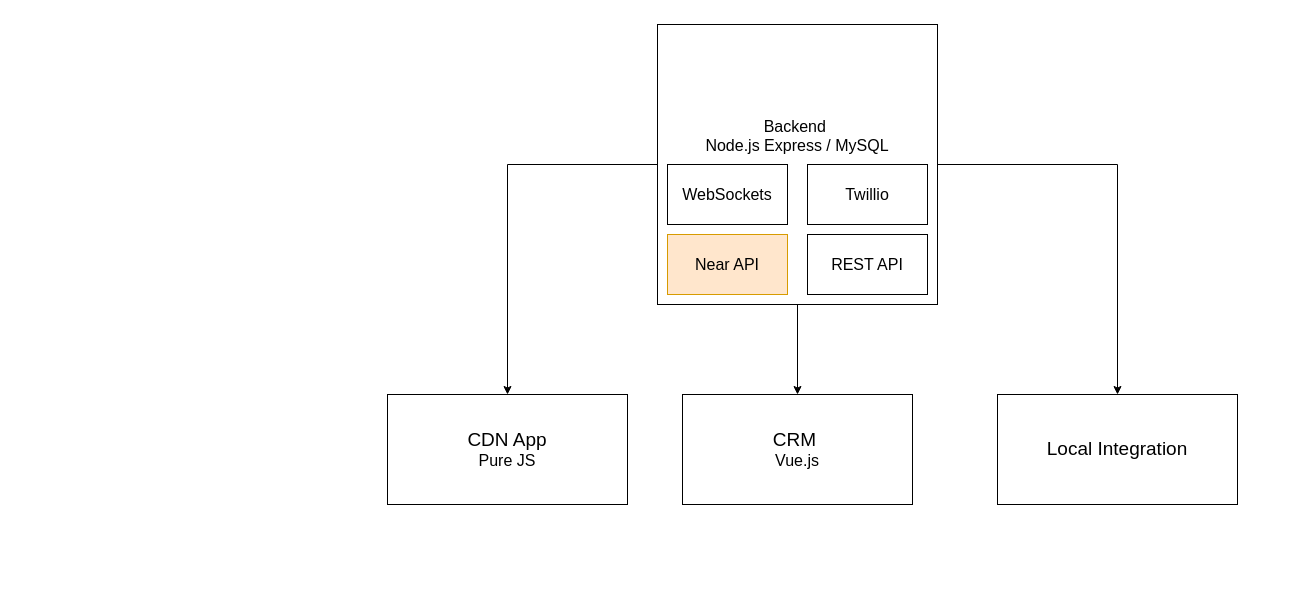
This is Диаграмма без названия.drawio from archiveiovita/diagrams, a draw.io file, before an edit. Source tidied: cells renumbered, new cells numbered last; positions are measured from the earlier drawing's top-left corner, leaving out a move shared by most shapes. Both pictures are drawn from the tidied source at 100%, with x=0, y=0 at pixel (387, 24).
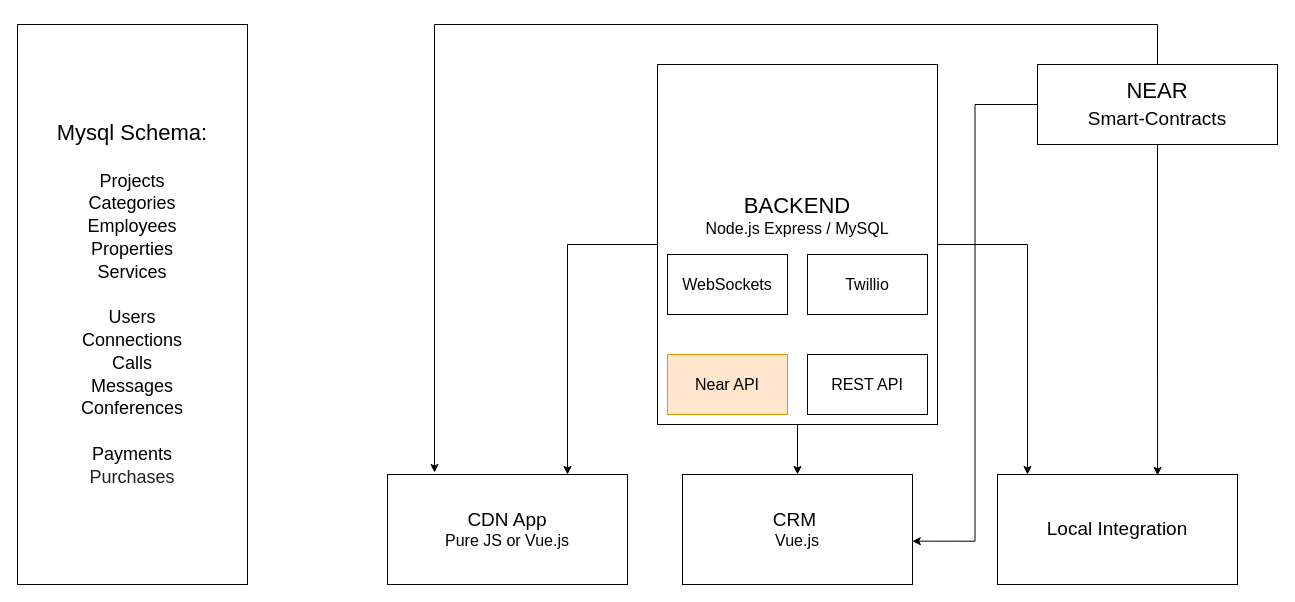
After the change.

Commit message:
Add Mysql Schema

What changed in the source:
```diff
@@
+    <mxCell id="4" style="edgeStyle=orthogonalEdgeStyle;rounded=0;jettySize=auto;html=1;fontSize=16;" parent="1" edge="1" source="5" target="12">
+      <mxGeometry relative="1" as="geometry">
+        <Array as="points">
+          <mxPoint x="640" y="220" />
+        </Array>
+      </mxGeometry>
+    </mxCell>
-    <mxCell id="3" style="edgeStyle=orthogonalEdgeStyle;rounded=0;jettySize=auto;html=1;fontSize=16;" parent="1" edge="1" source="5" target="11">
+    <mxCell id="3" style="edgeStyle=orthogonalEdgeStyle;rounded=0;jettySize=auto;html=1;exitX=1;exitY=0.5;exitDx=0;exitDy=0;entryX=0.75;entryY=0;entryDx=0;entryDy=0;fontSize=19;" parent="1" edge="1" source="5" target="11">
       <mxGeometry relative="1" as="geometry" />
     </mxCell>
-    <mxCell id="4" style="edgeStyle=orthogonalEdgeStyle;rounded=0;jettySize=auto;html=1;fontSize=16;" parent="1" edge="1" source="5" target="12">
-      <mxGeometry relative="1" as="geometry" />
-    </mxCell>
-    <mxCell id="5" value="&lt;font style=&quot;font-size: 16px;&quot;&gt;Backend&amp;nbsp;&lt;br&gt;Node.js Express / MySQL&lt;br&gt;&lt;br&gt;&lt;br&gt;&lt;br&gt;&lt;/font&gt;" style="rounded=0;whiteSpace=wrap;html=1;" parent="1" vertex="1">
-      <mxGeometry x="270" width="280" height="280" as="geometry" />
+    <mxCell id="5" value="&lt;font style=&quot;font-size: 22px;&quot;&gt;BACKEND&lt;br&gt;&lt;/font&gt;&lt;font style=&quot;font-size: 16px;&quot;&gt;Node.js Express / MySQL&lt;br&gt;&lt;br&gt;&lt;br&gt;&lt;br&gt;&lt;/font&gt;" style="rounded=0;whiteSpace=wrap;html=1;direction=west;" parent="1" vertex="1">
+      <mxGeometry x="270" y="40" width="280" height="360" as="geometry" />
     </mxCell>
     <mxCell id="6" value="&lt;font style=&quot;font-size: 16px;&quot;&gt;WebSockets&lt;/font&gt;" style="rounded=0;whiteSpace=wrap;html=1;fontSize=19;" parent="1" vertex="1">
-      <mxGeometry x="280" y="140" width="120" height="60" as="geometry" />
+      <mxGeometry x="280" y="230" width="120" height="60" as="geometry" />
     </mxCell>
     <mxCell id="7" value="&lt;font style=&quot;font-size: 16px;&quot;&gt;Twillio&lt;/font&gt;" style="rounded=0;whiteSpace=wrap;html=1;fontSize=19;" parent="1" vertex="1">
-      <mxGeometry x="420" y="140" width="120" height="60" as="geometry" />
+      <mxGeometry x="420" y="230" width="120" height="60" as="geometry" />
     </mxCell>
     <mxCell id="8" value="&lt;font style=&quot;font-size: 16px;&quot;&gt;Near API&lt;/font&gt;" style="rounded=0;whiteSpace=wrap;html=1;fontSize=19;fillColor=#ffe6cc;strokeColor=#d79b00;" parent="1" vertex="1">
-      <mxGeometry x="280" y="210" width="120" height="60" as="geometry" />
+      <mxGeometry x="280" y="330" width="120" height="60" as="geometry" />
     </mxCell>
     <mxCell id="9" value="&lt;font style=&quot;font-size: 16px;&quot;&gt;REST API&lt;/font&gt;" style="rounded=0;whiteSpace=wrap;html=1;fontSize=19;" parent="1" vertex="1">
-      <mxGeometry x="420" y="210" width="120" height="60" as="geometry" />
+      <mxGeometry x="420" y="330" width="120" height="60" as="geometry" />
     </mxCell>
     <mxCell id="10" value="&lt;font style=&quot;&quot;&gt;&lt;span style=&quot;font-size: 19px;&quot;&gt;CRM&amp;nbsp;&lt;/span&gt;&lt;br&gt;&lt;font style=&quot;font-size: 16px;&quot;&gt;Vue.js&lt;/font&gt;&lt;br&gt;&lt;/font&gt;" style="rounded=0;whiteSpace=wrap;html=1;" parent="1" vertex="1">
-      <mxGeometry x="295" y="370" width="230" height="110" as="geometry" />
+      <mxGeometry x="295" y="450" width="230" height="110" as="geometry" />
     </mxCell>
-    <mxCell id="11" value="&lt;font style=&quot;&quot;&gt;&lt;span style=&quot;font-size: 19px;&quot;&gt;CDN App&lt;/span&gt;&lt;br&gt;&lt;font style=&quot;font-size: 16px;&quot;&gt;Pure JS&lt;/font&gt;&lt;br&gt;&lt;/font&gt;" style="rounded=0;whiteSpace=wrap;html=1;fontSize=16;" parent="1" vertex="1">
-      <mxGeometry y="370" width="240" height="110" as="geometry" />
+    <mxCell id="11" value="&lt;font style=&quot;&quot;&gt;&lt;span style=&quot;font-size: 19px;&quot;&gt;CDN App&lt;/span&gt;&lt;br&gt;&lt;font style=&quot;font-size: 16px;&quot;&gt;Pure JS or Vue.js&lt;/font&gt;&lt;br&gt;&lt;/font&gt;" style="rounded=0;whiteSpace=wrap;html=1;fontSize=16;" parent="1" vertex="1">
+      <mxGeometry y="450" width="240" height="110" as="geometry" />
     </mxCell>
     <mxCell id="12" value="&lt;font style=&quot;font-size: 19px;&quot;&gt;Local Integration&lt;/font&gt;" style="whiteSpace=wrap;html=1;rounded=0;" parent="1" vertex="1">
-      <mxGeometry x="610" y="370" width="240" height="110" as="geometry" />
+      <mxGeometry x="610" y="450" width="240" height="110" as="geometry" />
     </mxCell>
+    <mxCell id="13" style="edgeStyle=orthogonalEdgeStyle;rounded=0;jettySize=auto;html=1;entryX=0.196;entryY=-0.018;entryDx=0;entryDy=0;entryPerimeter=0;fontSize=19;" parent="1" edge="1" source="16" target="11">
+      <mxGeometry relative="1" as="geometry">
+        <Array as="points">
+          <mxPoint x="770" />
+          <mxPoint x="47" />
+        </Array>
+      </mxGeometry>
+    </mxCell>
+    <mxCell id="14" style="edgeStyle=orthogonalEdgeStyle;rounded=0;jettySize=auto;html=1;entryX=0.667;entryY=0.009;entryDx=0;entryDy=0;entryPerimeter=0;fontSize=19;" parent="1" edge="1" source="16" target="12">
+      <mxGeometry relative="1" as="geometry" />
+    </mxCell>
+    <mxCell id="15" style="edgeStyle=orthogonalEdgeStyle;rounded=0;jettySize=auto;html=1;exitX=0;exitY=0.5;exitDx=0;exitDy=0;entryX=0.999;entryY=0.606;entryDx=0;entryDy=0;entryPerimeter=0;fontSize=19;" parent="1" edge="1" source="16" target="10">
+      <mxGeometry relative="1" as="geometry" />
+    </mxCell>
+    <mxCell id="16" value="NEAR &lt;br&gt;&lt;font style=&quot;font-size: 19px;&quot;&gt;Smart-Contracts&lt;/font&gt;" style="rounded=0;whiteSpace=wrap;html=1;fontSize=22;" parent="1" vertex="1">
+      <mxGeometry x="650" y="40" width="240" height="80" as="geometry" />
+    </mxCell>
+    <mxCell id="17" value="&lt;font style=&quot;font-size: 22px;&quot;&gt;Mysql Schema:&lt;br&gt;&lt;/font&gt;&lt;br&gt;&lt;font style=&quot;&quot;&gt;&lt;font style=&quot;font-size: 18px;&quot;&gt;Projects&lt;br&gt;Categories&lt;br&gt;Employees&lt;br&gt;&lt;/font&gt;&lt;span style=&quot;font-size: 18px;&quot;&gt;Properties&lt;/span&gt;&lt;br&gt;&lt;span style=&quot;font-size: 18px;&quot;&gt;Services&lt;/span&gt;&lt;br&gt;&lt;br&gt;&lt;span style=&quot;font-size: 18px;&quot;&gt;Users&lt;/span&gt;&lt;br&gt;&lt;span style=&quot;font-size: 18px;&quot;&gt;Connections&lt;/span&gt;&lt;br&gt;&lt;span style=&quot;font-size: 18px;&quot;&gt;Calls&lt;/span&gt;&lt;br&gt;&lt;span style=&quot;font-size: 18px;&quot;&gt;Messages&lt;/span&gt;&lt;br&gt;&lt;span style=&quot;font-size: 18px;&quot;&gt;Conferences&lt;/span&gt;&lt;br&gt;&lt;br&gt;&lt;span style=&quot;font-size: 18px;&quot;&gt;Payments&lt;br&gt;&lt;/span&gt;&lt;span style=&quot;color: rgb(32, 33, 36); font-family: inherit; background-color: initial;&quot;&gt;&lt;font style=&quot;font-size: 18px;&quot;&gt;Purchases&lt;/font&gt;&lt;/span&gt;&lt;span style=&quot;font-size: 18px;&quot;&gt;&lt;br&gt;&lt;/span&gt;&lt;/font&gt;" style="rounded=0;whiteSpace=wrap;html=1;fontSize=19;align=center;" parent="1" vertex="1">
+      <mxGeometry x="-370" width="230" height="560" as="geometry" />
+    </mxCell>
```
